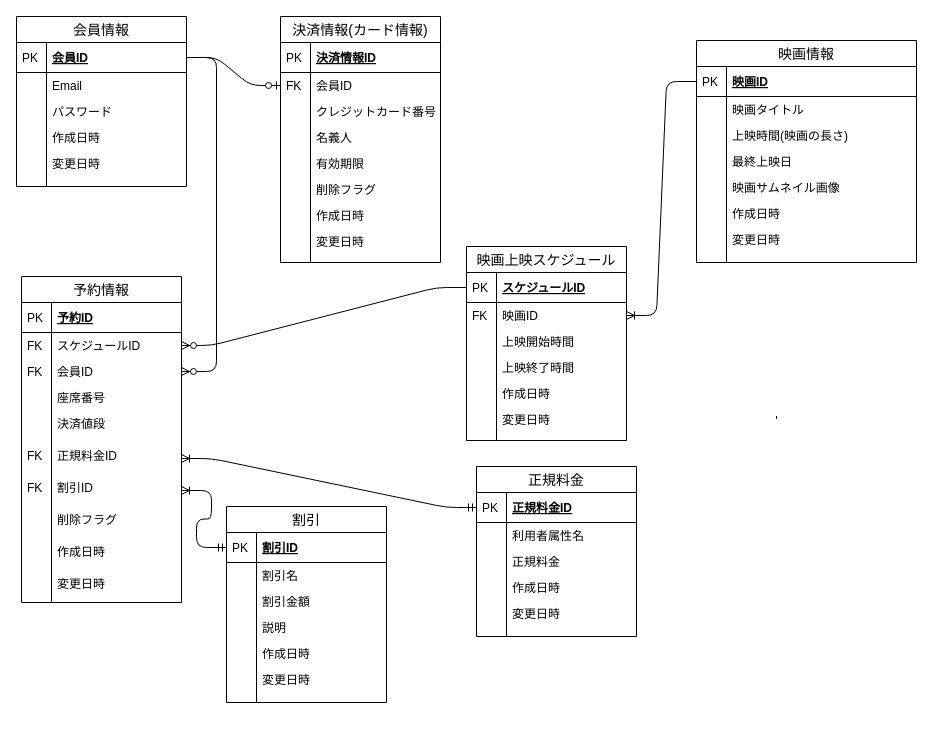
Before: database.drawio in labotinc/quelcode-team3, a draw.io diagram. Source tidied: cells renumbered, new cells numbered last; positions are measured from the earlier drawing's top-left corner, leaving out a move shared by most shapes. Both pictures are drawn from the tidied source at 100%, with x=0, y=0 at pixel (16, 16).
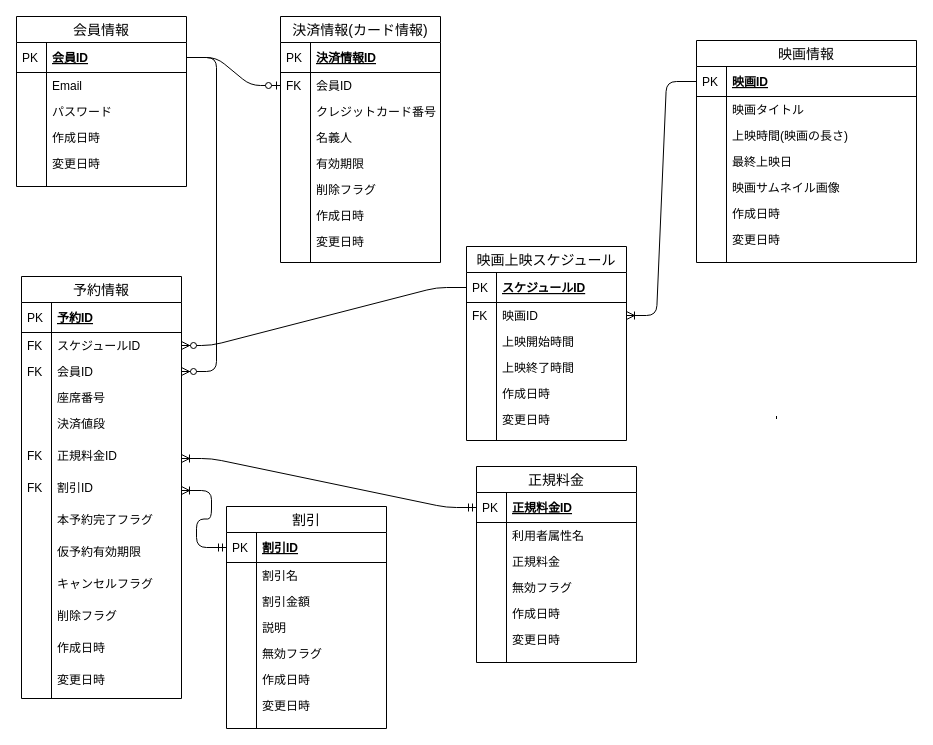
The same diagram, later.

Diff of the diagram source:
```diff
@@
     <mxCell id="37" value="予約情報" style="swimlane;fontStyle=0;horizontal=1;startSize=26;align=center;fontSize=14;" parent="1" vertex="1">
-      <mxGeometry x="5" y="260" width="160" height="326" as="geometry" />
+      <mxGeometry x="5" y="260" width="160" height="422" as="geometry" />
     </mxCell>
@@
+    <mxCell id="120" value="本予約完了フラグ" style="shape=partialRectangle;top=0;left=0;right=0;bottom=0;align=left;verticalAlign=top;fillColor=none;spacingLeft=34;spacingRight=4;overflow=hidden;fontSize=12;" parent="37" vertex="1">
+      <mxGeometry y="230" width="160" height="32" as="geometry" />
+    </mxCell>
+    <mxCell id="121" style="shape=partialRectangle;top=0;left=0;bottom=0;fillColor=none;align=left;verticalAlign=top;spacingLeft=4;spacingRight=4;overflow=hidden;fontSize=12;" parent="120" vertex="1">
+      <mxGeometry width="30" height="32" as="geometry" />
+    </mxCell>
+    <mxCell id="122" value="仮予約有効期限" style="shape=partialRectangle;top=0;left=0;right=0;bottom=0;align=left;verticalAlign=top;fillColor=none;spacingLeft=34;spacingRight=4;overflow=hidden;fontSize=12;" parent="37" vertex="1">
+      <mxGeometry y="262" width="160" height="32" as="geometry" />
+    </mxCell>
+    <mxCell id="123" style="shape=partialRectangle;top=0;left=0;bottom=0;fillColor=none;align=left;verticalAlign=top;spacingLeft=4;spacingRight=4;overflow=hidden;fontSize=12;" parent="122" vertex="1">
+      <mxGeometry width="30" height="32" as="geometry" />
+    </mxCell>
+    <mxCell id="124" value="キャンセルフラグ" style="shape=partialRectangle;top=0;left=0;right=0;bottom=0;align=left;verticalAlign=top;fillColor=none;spacingLeft=34;spacingRight=4;overflow=hidden;fontSize=12;" parent="37" vertex="1">
+      <mxGeometry y="294" width="160" height="32" as="geometry" />
+    </mxCell>
+    <mxCell id="125" style="shape=partialRectangle;top=0;left=0;bottom=0;fillColor=none;align=left;verticalAlign=top;spacingLeft=4;spacingRight=4;overflow=hidden;fontSize=12;" parent="124" vertex="1">
+      <mxGeometry width="30" height="32" as="geometry" />
+    </mxCell>
     <mxCell id="52" value="削除フラグ" style="shape=partialRectangle;top=0;left=0;right=0;bottom=0;align=left;verticalAlign=top;fillColor=none;spacingLeft=34;spacingRight=4;overflow=hidden;fontSize=12;" parent="37" vertex="1">
-      <mxGeometry y="230" width="160" height="32" as="geometry" />
+      <mxGeometry y="326" width="160" height="32" as="geometry" />
     </mxCell>
@@
     <mxCell id="54" value="作成日時&#10;" style="shape=partialRectangle;top=0;left=0;right=0;bottom=0;align=left;verticalAlign=top;fillColor=none;spacingLeft=34;spacingRight=4;overflow=hidden;fontSize=12;" parent="37" vertex="1">
-      <mxGeometry y="262" width="160" height="32" as="geometry" />
+      <mxGeometry y="358" width="160" height="32" as="geometry" />
     </mxCell>
@@
     <mxCell id="56" value="変更日時" style="shape=partialRectangle;top=0;left=0;right=0;bottom=0;align=left;verticalAlign=top;fillColor=none;spacingLeft=34;spacingRight=4;overflow=hidden;fontSize=12;" parent="37" vertex="1">
-      <mxGeometry y="294" width="160" height="32" as="geometry" />
+      <mxGeometry y="390" width="160" height="32" as="geometry" />
     </mxCell>
@@
     <mxCell id="59" value="割引" style="swimlane;fontStyle=0;horizontal=1;startSize=26;align=center;fontSize=14;" parent="1" vertex="1">
-      <mxGeometry x="210" y="490" width="160" height="196" as="geometry" />
+      <mxGeometry x="210" y="490" width="160" height="222" as="geometry" />
     </mxCell>
@@
+    <mxCell id="126" value="無効フラグ&#10;" style="shape=partialRectangle;top=0;left=0;right=0;bottom=0;align=left;verticalAlign=top;fillColor=none;spacingLeft=34;spacingRight=4;overflow=hidden;fontSize=12;" parent="59" vertex="1">
+      <mxGeometry y="134" width="160" height="26" as="geometry" />
+    </mxCell>
+    <mxCell id="127" style="shape=partialRectangle;top=0;left=0;bottom=0;fillColor=none;align=left;verticalAlign=top;spacingLeft=4;spacingRight=4;overflow=hidden;fontSize=12;" parent="126" vertex="1">
+      <mxGeometry width="30" height="26" as="geometry" />
+    </mxCell>
     <mxCell id="68" value="作成日時" style="shape=partialRectangle;top=0;left=0;right=0;bottom=0;align=left;verticalAlign=top;fillColor=none;spacingLeft=34;spacingRight=4;overflow=hidden;fontSize=12;" parent="59" vertex="1">
-      <mxGeometry y="134" width="160" height="26" as="geometry" />
+      <mxGeometry y="160" width="160" height="26" as="geometry" />
     </mxCell>
@@
     <mxCell id="70" value="変更日時" style="shape=partialRectangle;top=0;left=0;right=0;bottom=0;align=left;verticalAlign=top;fillColor=none;spacingLeft=34;spacingRight=4;overflow=hidden;fontSize=12;" parent="59" vertex="1">
-      <mxGeometry y="160" width="160" height="26" as="geometry" />
+      <mxGeometry y="186" width="160" height="26" as="geometry" />
     </mxCell>
@@
     <mxCell id="72" style="shape=partialRectangle;top=0;left=0;right=0;bottom=0;align=left;verticalAlign=top;fillColor=none;spacingLeft=34;spacingRight=4;overflow=hidden;fontSize=12;" parent="59" vertex="1">
-      <mxGeometry y="186" width="160" height="10" as="geometry" />
+      <mxGeometry y="212" width="160" height="10" as="geometry" />
     </mxCell>
@@
     <mxCell id="109" value="正規料金" style="swimlane;fontStyle=0;horizontal=1;startSize=26;align=center;fontSize=14;" parent="1" vertex="1">
-      <mxGeometry x="460" y="450" width="160" height="170" as="geometry" />
+      <mxGeometry x="460" y="450" width="160" height="196" as="geometry" />
     </mxCell>
@@
+    <mxCell id="128" value="無効フラグ" style="shape=partialRectangle;top=0;left=0;right=0;bottom=0;align=left;verticalAlign=top;fillColor=none;spacingLeft=34;spacingRight=4;overflow=hidden;fontSize=12;" parent="109" vertex="1">
+      <mxGeometry y="108" width="160" height="26" as="geometry" />
+    </mxCell>
+    <mxCell id="129" style="shape=partialRectangle;top=0;left=0;bottom=0;fillColor=none;align=left;verticalAlign=top;spacingLeft=4;spacingRight=4;overflow=hidden;fontSize=12;" parent="128" vertex="1">
+      <mxGeometry width="30" height="26" as="geometry" />
+    </mxCell>
     <mxCell id="116" value="作成日時" style="shape=partialRectangle;top=0;left=0;right=0;bottom=0;align=left;verticalAlign=top;fillColor=none;spacingLeft=34;spacingRight=4;overflow=hidden;fontSize=12;" parent="109" vertex="1">
-      <mxGeometry y="108" width="160" height="26" as="geometry" />
+      <mxGeometry y="134" width="160" height="26" as="geometry" />
     </mxCell>
@@
     <mxCell id="118" value="変更日時" style="shape=partialRectangle;top=0;left=0;right=0;bottom=0;align=left;verticalAlign=top;fillColor=none;spacingLeft=34;spacingRight=4;overflow=hidden;fontSize=12;" parent="109" vertex="1">
-      <mxGeometry y="134" width="160" height="36" as="geometry" />
+      <mxGeometry y="160" width="160" height="36" as="geometry" />
     </mxCell>
```
